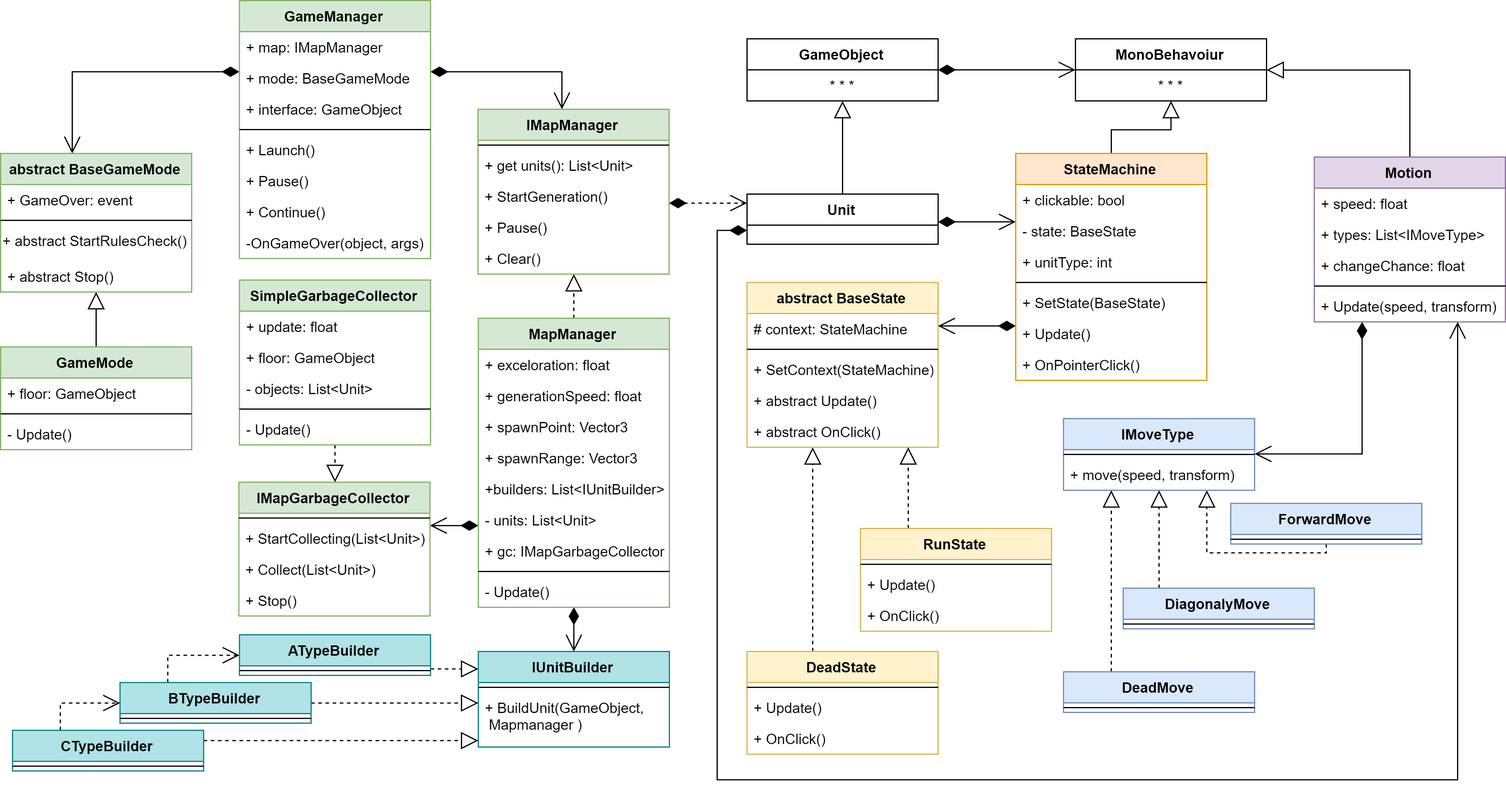
The draw.io diagram Docs/class diagram.png in EdwardBrave/SimpleClicker, before a commit. Source tidied: cells renumbered, new cells last; positions are measured from the earlier drawing's top-left corner, leaving out a move shared by most shapes.
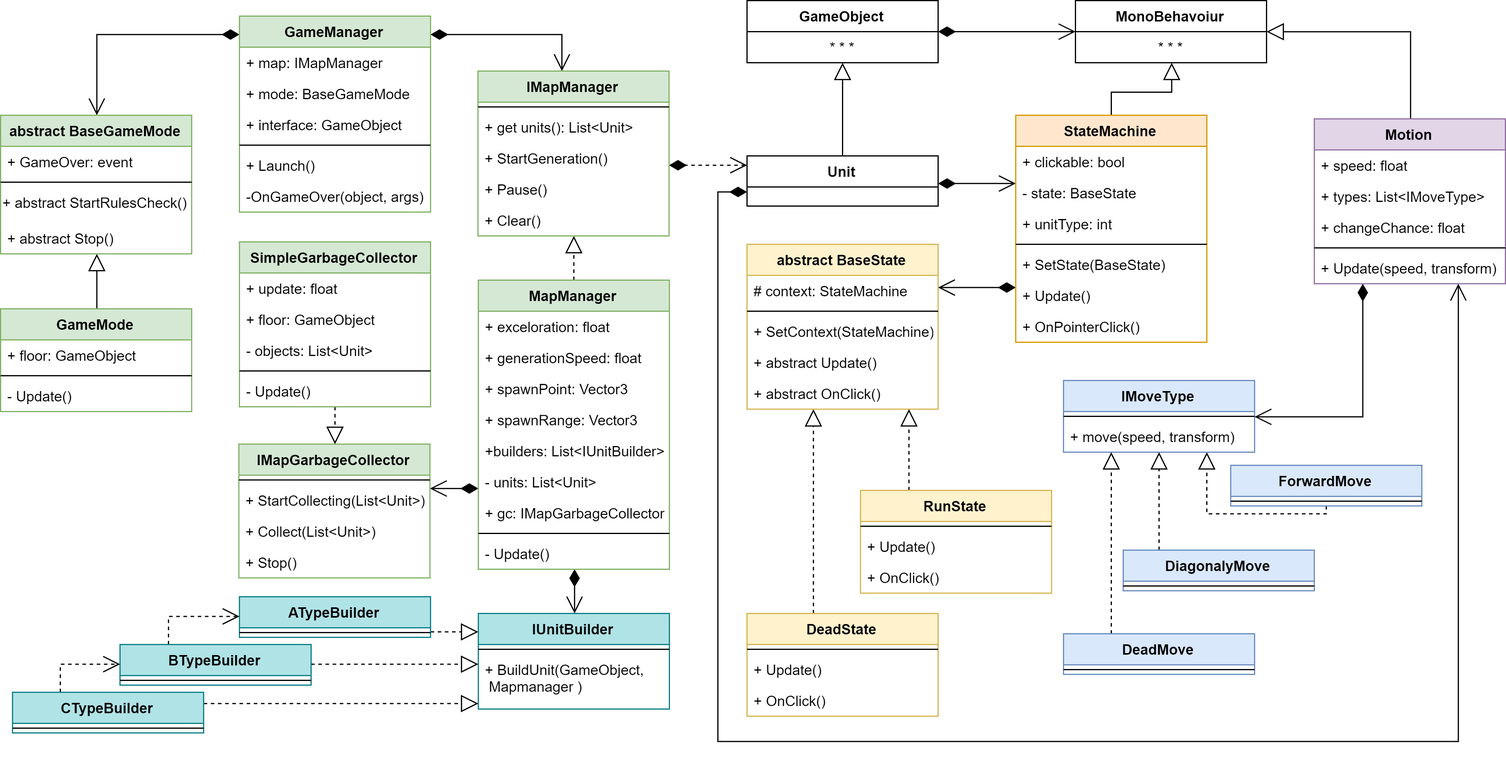
After the change.

What changed in the source:
```diff
@@ -92,12 +92,12 @@
     <mxCell id="25" style="edgeStyle=orthogonalEdgeStyle;rounded=0;jettySize=auto;html=1;startArrow=diamondThin;startFill=1;startSize=12;endArrow=open;endFill=0;endSize=12;" parent="1" edge="1" source="26" target="106">
       <mxGeometry relative="1" as="geometry">
         <Array as="points">
-          <mxPoint x="60" y="60" />
+          <mxPoint x="80" y="60" />
         </Array>
       </mxGeometry>
     </mxCell>
     <mxCell id="26" value="GameManager" style="swimlane;fontStyle=1;align=center;verticalAlign=top;horizontal=1;startSize=26;fillColor=#d5e8d4;strokeColor=#82b366;" parent="1" vertex="1">
-      <mxGeometry x="200" width="160" height="216" as="geometry" />
+      <mxGeometry x="200" y="45" width="160" height="164" as="geometry" />
     </mxCell>
     <mxCell id="27" value="+ map: IMapManager" style="text;strokeColor=none;fillColor=none;align=left;verticalAlign=top;spacingLeft=4;spacingRight=4;overflow=hidden;" parent="26" vertex="1">
       <mxGeometry y="26" width="160" height="26" as="geometry" />
@@ -114,14 +114,8 @@
     <mxCell id="31" value="+ Launch()" style="text;strokeColor=none;fillColor=none;align=left;verticalAlign=top;spacingLeft=4;spacingRight=4;overflow=hidden;" parent="26" vertex="1">
       <mxGeometry y="112" width="160" height="26" as="geometry" />
     </mxCell>
-    <mxCell id="32" value="+ Pause()" style="text;strokeColor=none;fillColor=none;align=left;verticalAlign=top;spacingLeft=4;spacingRight=4;overflow=hidden;" parent="26" vertex="1">
-      <mxGeometry y="138" width="160" height="26" as="geometry" />
-    </mxCell>
-    <mxCell id="33" value="+ Continue()" style="text;strokeColor=none;fillColor=none;align=left;verticalAlign=top;spacingLeft=4;spacingRight=4;overflow=hidden;" parent="26" vertex="1">
-      <mxGeometry y="164" width="160" height="26" as="geometry" />
-    </mxCell>
     <mxCell id="34" value="-OnGameOver(object, args)" style="text;strokeColor=none;fillColor=none;align=left;verticalAlign=top;spacingLeft=4;spacingRight=4;overflow=hidden;" parent="26" vertex="1">
-      <mxGeometry y="190" width="160" height="26" as="geometry" />
+      <mxGeometry y="138" width="160" height="26" as="geometry" />
     </mxCell>
     <mxCell id="35" value="MonoBehavoiur" style="swimlane;fontStyle=1;align=center;verticalAlign=top;horizontal=1;startSize=26;" parent="1" vertex="1">
       <mxGeometry x="900" y="32" width="160" height="52" as="geometry" />
```
